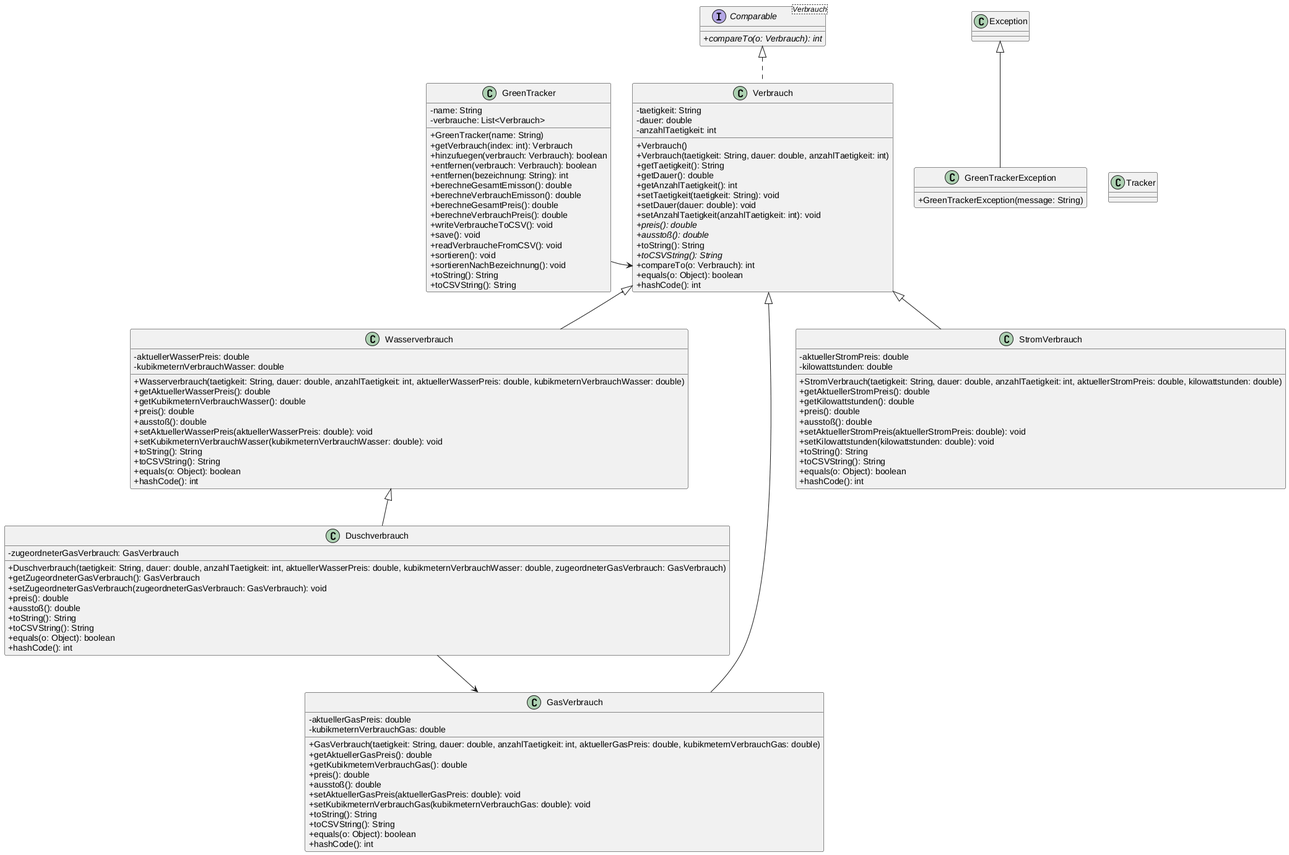
Before: greentracker.png, a diagram exported from PlantUML (esquze/Green-Tracker).
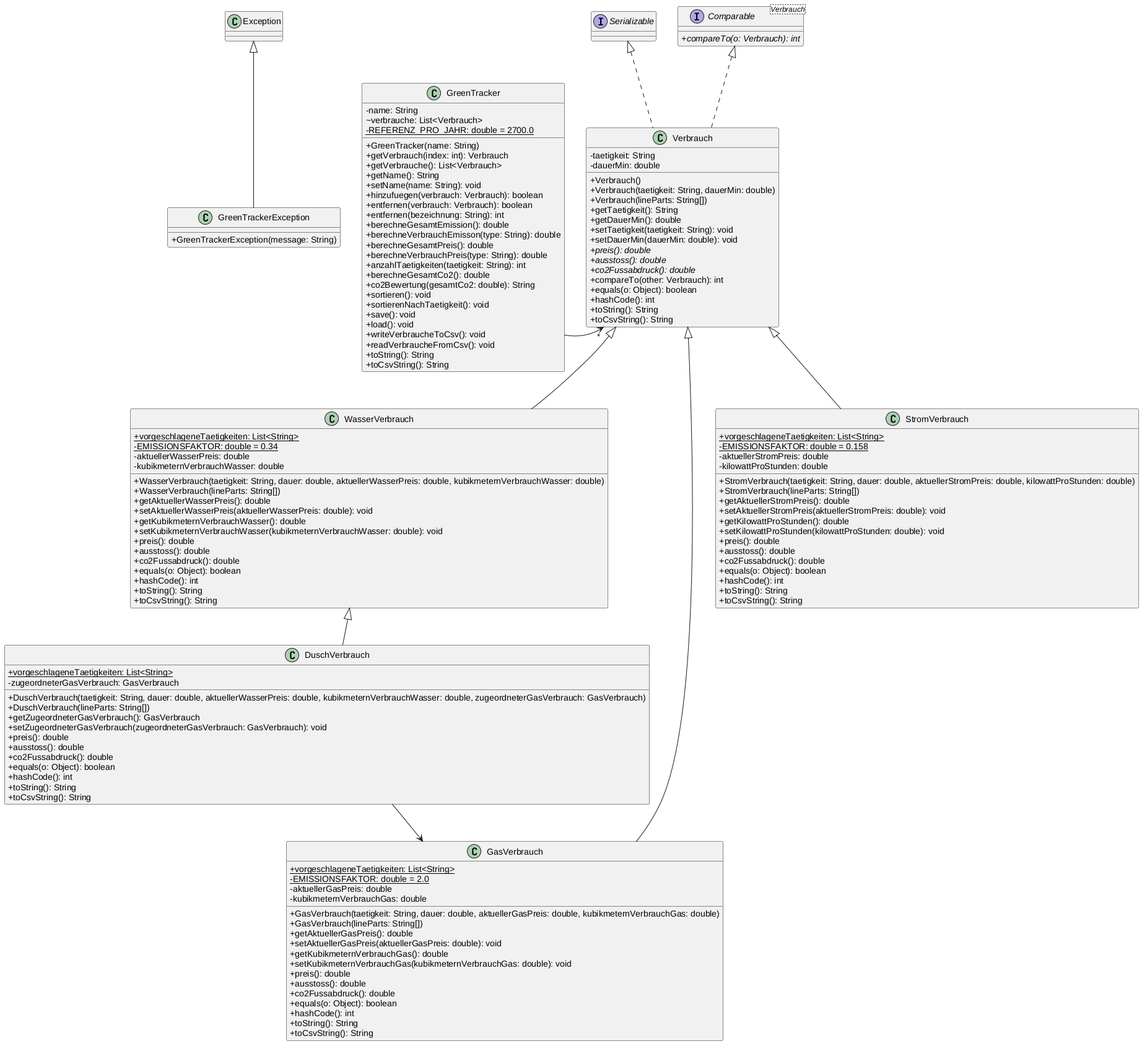
After the commit.

Diff of the diagram source:
```diff
@@ -9,124 +9,148 @@
 
 Exception <|-- GreenTrackerException
 
-interface Comparable<Verbrauch>
+interface Serializable
+interface "Comparable<Verbrauch>" as Comparable
 {
 + {abstract} compareTo(o: Verbrauch): int
 }
 
+Serializable <|.. Verbrauch
 Comparable <|.. Verbrauch
 
 abstract class Verbrauch
 {
 - taetigkeit: String
-- dauer: double
-- anzahlTaetigkeit: int
+- dauerMin: double
 + Verbrauch()
-+ Verbrauch(taetigkeit: String, dauer: double, anzahlTaetigkeit: int)
++ Verbrauch(taetigkeit: String, dauerMin: double)
++ Verbrauch(lineParts: String[])
 + getTaetigkeit(): String
-+ getDauer(): double
-+ getAnzahlTaetigkeit(): int
++ getDauerMin(): double
 + setTaetigkeit(taetigkeit: String): void
-+ setDauer(dauer: double): void
-+ setAnzahlTaetigkeit(anzahlTaetigkeit: int): void
++ setDauerMin(dauerMin: double): void
 + {abstract} preis(): double
-+ {abstract} ausstoß(): double
-+ toString(): String
-+ {abstract} toCSVString(): String
-+ compareTo(o: Verbrauch): int
++ {abstract} ausstoss(): double
++ {abstract} co2Fussabdruck(): double
++ compareTo(other: Verbrauch): int
 + equals(o: Object): boolean
 + hashCode(): int
++ toString(): String
++ toCsvString(): String
 }
 
-class Wasserverbrauch extends Verbrauch
+class WasserVerbrauch extends Verbrauch
 {
++ {static} vorgeschlageneTaetigkeiten: List<String>
+- {static} EMISSIONSFAKTOR: double = 0.34
 - aktuellerWasserPreis: double
 - kubikmeternVerbrauchWasser: double
-+ Wasserverbrauch(taetigkeit: String, dauer: double, anzahlTaetigkeit: int, aktuellerWasserPreis: double, kubikmeternVerbrauchWasser: double)
++ WasserVerbrauch(taetigkeit: String, dauer: double, aktuellerWasserPreis: double, kubikmeternVerbrauchWasser: double)
++ WasserVerbrauch(lineParts: String[])
 + getAktuellerWasserPreis(): double
++ setAktuellerWasserPreis(aktuellerWasserPreis: double): void
 + getKubikmeternVerbrauchWasser(): double
++ setKubikmeternVerbrauchWasser(kubikmeternVerbrauchWasser: double): void
 + preis(): double
-+ ausstoß(): double
-+ setAktuellerWasserPreis(aktuellerWasserPreis: double): void
-+ setKubikmeternVerbrauchWasser(kubikmeternVerbrauchWasser: double): void
-+ toString(): String
-+ toCSVString(): String
++ ausstoss(): double
++ co2Fussabdruck(): double
 + equals(o: Object): boolean
 + hashCode(): int
++ toString(): String
++ toCsvString(): String
 }
 
 class GasVerbrauch extends Verbrauch
 {
++ {static} vorgeschlageneTaetigkeiten: List<String>
+- {static} EMISSIONSFAKTOR: double = 2.0
 - aktuellerGasPreis: double
 - kubikmeternVerbrauchGas: double
-+ GasVerbrauch(taetigkeit: String, dauer: double, anzahlTaetigkeit: int, aktuellerGasPreis: double, kubikmeternVerbrauchGas: double)
++ GasVerbrauch(taetigkeit: String, dauer: double, aktuellerGasPreis: double, kubikmeternVerbrauchGas: double)
++ GasVerbrauch(lineParts: String[])
 + getAktuellerGasPreis(): double
++ setAktuellerGasPreis(aktuellerGasPreis: double): void
 + getKubikmeternVerbrauchGas(): double
++ setKubikmeternVerbrauchGas(kubikmeternVerbrauchGas: double): void
 + preis(): double
-+ ausstoß(): double
-+ setAktuellerGasPreis(aktuellerGasPreis: double): void
-+ setKubikmeternVerbrauchGas(kubikmeternVerbrauchGas: double): void
-+ toString(): String
-+ toCSVString(): String
++ ausstoss(): double
++ co2Fussabdruck(): double
 + equals(o: Object): boolean
 + hashCode(): int
++ toString(): String
++ toCsvString(): String
 }
 
 class StromVerbrauch extends Verbrauch
 {
++ {static} vorgeschlageneTaetigkeiten: List<String>
+- {static} EMISSIONSFAKTOR: double = 0.158
 - aktuellerStromPreis: double
-- kilowattstunden: double
-+ StromVerbrauch(taetigkeit: String, dauer: double, anzahlTaetigkeit: int, aktuellerStromPreis: double, kilowattstunden: double)
+- kilowattProStunden: double
++ StromVerbrauch(taetigkeit: String, dauer: double, aktuellerStromPreis: double, kilowattProStunden: double)
++ StromVerbrauch(lineParts: String[])
 + getAktuellerStromPreis(): double
-+ getKilowattstunden(): double
++ setAktuellerStromPreis(aktuellerStromPreis: double): void
++ getKilowattProStunden(): double
++ setKilowattProStunden(kilowattProStunden: double): void
 + preis(): double
-+ ausstoß(): double
-+ setAktuellerStromPreis(aktuellerStromPreis: double): void
-+ setKilowattstunden(kilowattstunden: double): void
-+ toString(): String
-+ toCSVString(): String
++ ausstoss(): double
++ co2Fussabdruck(): double
 + equals(o: Object): boolean
 + hashCode(): int
++ toString(): String
++ toCsvString(): String
 }
 
-class Duschverbrauch extends Wasserverbrauch
+class DuschVerbrauch extends WasserVerbrauch
 {
++ {static} vorgeschlageneTaetigkeiten: List<String>
 - zugeordneterGasVerbrauch: GasVerbrauch
-+ Duschverbrauch(taetigkeit: String, dauer: double, anzahlTaetigkeit: int, aktuellerWasserPreis: double, kubikmeternVerbrauchWasser: double, zugeordneterGasVerbrauch: GasVerbrauch)
++ DuschVerbrauch(taetigkeit: String, dauer: double, aktuellerWasserPreis: double, kubikmeternVerbrauchWasser: double, zugeordneterGasVerbrauch: GasVerbrauch)
++ DuschVerbrauch(lineParts: String[])
 + getZugeordneterGasVerbrauch(): GasVerbrauch
 + setZugeordneterGasVerbrauch(zugeordneterGasVerbrauch: GasVerbrauch): void
 + preis(): double
-+ ausstoß(): double
-+ toString(): String
-+ toCSVString(): String
++ ausstoss(): double
++ co2Fussabdruck(): double
 + equals(o: Object): boolean
 + hashCode(): int
++ toString(): String
++ toCsvString(): String
 }
 
 class GreenTracker
 {
 - name: String
-- verbrauche: List<Verbrauch>
+~ verbrauche: List<Verbrauch>
+- {static} REFERENZ_PRO_JAHR: double = 2700.0
 + GreenTracker(name: String)
 + getVerbrauch(index: int): Verbrauch
++ getVerbrauche(): List<Verbrauch>
++ getName(): String
++ setName(name: String): void
 + hinzufuegen(verbrauch: Verbrauch): boolean
 + entfernen(verbrauch: Verbrauch): boolean
 + entfernen(bezeichnung: String): int
-+ berechneGesamtEmisson(): double
-+ berechneVerbrauchEmisson(): double
++ berechneGesamtEmission(): double
++ berechneVerbrauchEmisson(type: String): double
 + berechneGesamtPreis(): double
-+ berechneVerbrauchPreis(): double
-+ writeVerbraucheToCSV(): void
++ berechneVerbrauchPreis(type: String): double
++ anzahlTaetigkeiten(taetigkeit: String): int
++ berechneGesamtCo2(): double
++ co2Bewertung(gesamtCo2: double): String
++ sortieren(): void
++ sortierenNachTaetigkeit(): void
 + save(): void
-+ readVerbraucheFromCSV(): void
-+ sortieren(): void
-+ sortierenNachBezeichnung(): void
++ load(): void
++ writeVerbraucheToCsv(): void
++ readVerbraucheFromCsv(): void
 + toString(): String
-+ toCSVString(): String
++ toCsvString(): String
 }
 
-GreenTracker --> Verbrauch
-Duschverbrauch --> GasVerbrauch
+GreenTracker --> "*" Verbrauch
+DuschVerbrauch --> GasVerbrauch
 
 together {
 class Verbrauch
@@ -138,6 +162,6 @@
 class GreenTracker
 class GreenTrackerException
 }
-GreenTrackerException -[hidden] Tracker
+GreenTrackerException -[hidden] GreenTracker
 
 @enduml
```
